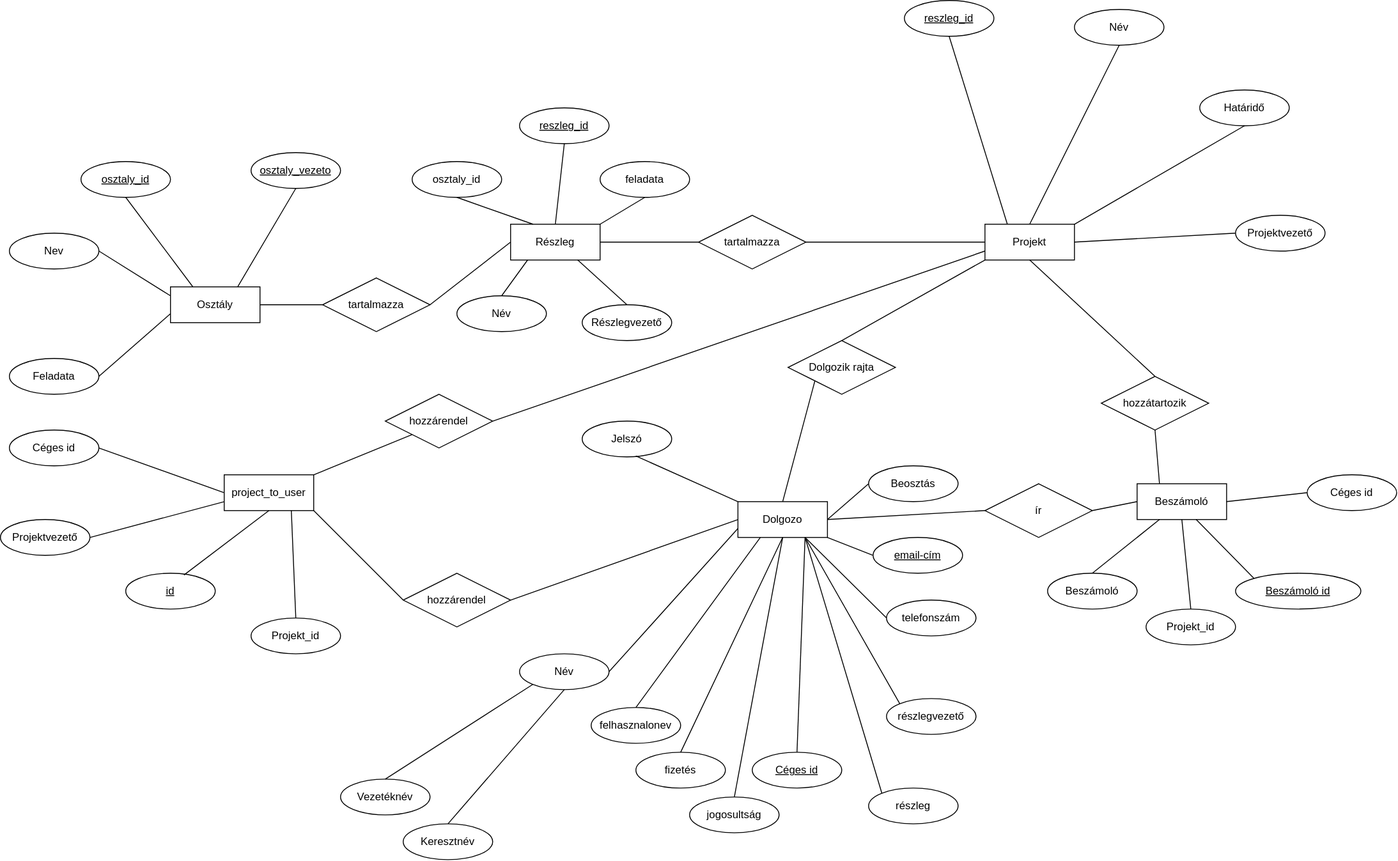
Above: adatb.drawio.svg in Alfonz33/adatbazis-projektmunka (draw.io), before the change. Source tidied: cells renumbered, new cells last; positions are measured from the earlier drawing's top-left corner, leaving out a move shared by most shapes.
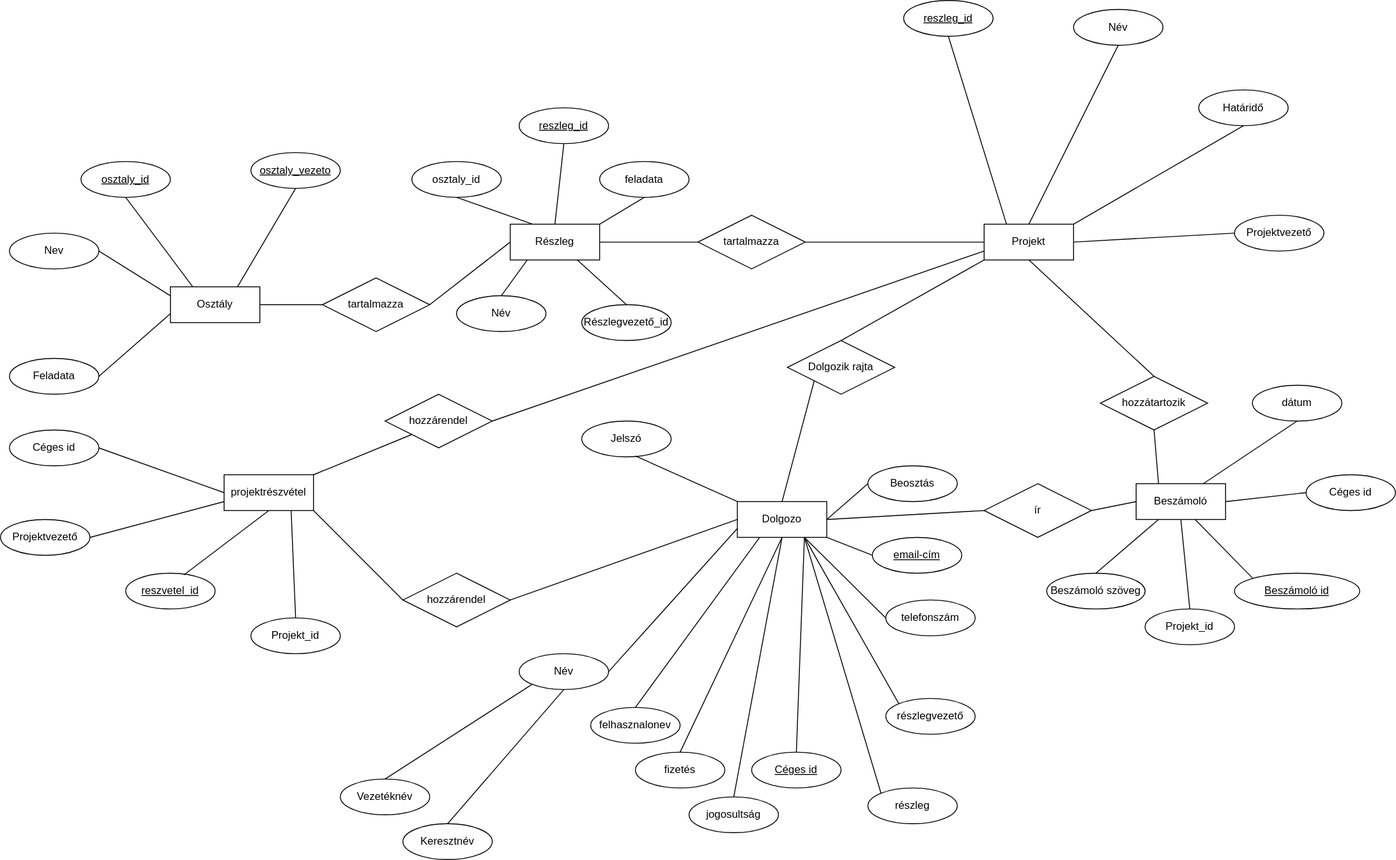
After the change.

What changed in the source:
```diff
@@ -44,7 +44,7 @@
     <mxCell id="15" value="hozzárendel" style="shape=rhombus;perimeter=rhombusPerimeter;whiteSpace=wrap;html=1;align=center;" parent="1" vertex="1">
       <mxGeometry x="450" y="640" width="120" height="60" as="geometry" />
     </mxCell>
-    <mxCell id="16" value="Részlegvezető" style="ellipse;whiteSpace=wrap;html=1;align=center;" parent="1" vertex="1">
+    <mxCell id="16" value="Részlegvezető_id" style="ellipse;whiteSpace=wrap;html=1;align=center;" parent="1" vertex="1">
       <mxGeometry x="650" y="340" width="100" height="40" as="geometry" />
     </mxCell>
     <mxCell id="17" value="Határidő" style="ellipse;whiteSpace=wrap;html=1;align=center;" parent="1" vertex="1">
@@ -164,8 +164,8 @@
     <mxCell id="55" style="endArrow=none;html=1;rounded=0;exitX=0.25;exitY=1;exitDx=0;exitDy=0;entryX=0.5;entryY=0;entryDx=0;entryDy=0;" parent="1" edge="1" source="3" target="56">
       <mxGeometry relative="1" as="geometry" />
     </mxCell>
-    <mxCell id="56" value="Beszámoló" style="ellipse;whiteSpace=wrap;html=1;align=center;" parent="1" vertex="1">
-      <mxGeometry x="1170" y="640" width="100" height="40" as="geometry" />
+    <mxCell id="56" value="Beszámoló szöveg" style="ellipse;whiteSpace=wrap;html=1;align=center;" parent="1" vertex="1">
+      <mxGeometry x="1170" y="640" width="110" height="40" as="geometry" />
     </mxCell>
     <mxCell id="57" value="Projekt_id" style="ellipse;whiteSpace=wrap;html=1;align=center;" parent="1" vertex="1">
       <mxGeometry x="1280" y="680" width="100" height="40" as="geometry" />
@@ -194,7 +194,7 @@
     <mxCell id="65" style="endArrow=none;html=1;rounded=0;entryX=0;entryY=0.75;entryDx=0;entryDy=0;exitX=1;exitY=0.5;exitDx=0;exitDy=0;" parent="1" edge="1" source="64" target="8">
       <mxGeometry relative="1" as="geometry" />
     </mxCell>
-    <mxCell id="66" value="project_to_user" style="whiteSpace=wrap;html=1;align=center;" parent="1" vertex="1">
+    <mxCell id="66" value="projektrészvétel" style="whiteSpace=wrap;html=1;align=center;" parent="1" vertex="1">
       <mxGeometry x="250" y="530" width="100" height="40" as="geometry" />
     </mxCell>
     <mxCell id="67" style="endArrow=none;html=1;rounded=0;exitX=1;exitY=0;exitDx=0;exitDy=0;entryX=0;entryY=1;entryDx=0;entryDy=0;" parent="1" edge="1" source="66" target="64">
@@ -212,7 +212,7 @@
     <mxCell id="71" style="endArrow=none;html=1;rounded=0;entryX=0;entryY=0.75;entryDx=0;entryDy=0;exitX=1;exitY=0.5;exitDx=0;exitDy=0;" parent="1" edge="1" source="70" target="66">
       <mxGeometry relative="1" as="geometry" />
     </mxCell>
-    <mxCell id="72" value="id" style="ellipse;whiteSpace=wrap;html=1;align=center;fontStyle=4;" parent="1" vertex="1">
+    <mxCell id="72" value="reszvetel_&lt;span style=&quot;background-color: initial;&quot;&gt;id&lt;/span&gt;" style="ellipse;whiteSpace=wrap;html=1;align=center;fontStyle=4;" parent="1" vertex="1">
       <mxGeometry x="140" y="640" width="100" height="40" as="geometry" />
     </mxCell>
     <mxCell id="73" style="endArrow=none;html=1;rounded=0;exitX=0.65;exitY=0.05;exitDx=0;exitDy=0;exitPerimeter=0;entryX=0.5;entryY=1;entryDx=0;entryDy=0;" parent="1" edge="1" source="72" target="66">
@@ -293,5 +293,11 @@
     <mxCell id="98" style="endArrow=none;html=1;rounded=0;exitX=1;exitY=0.5;exitDx=0;exitDy=0;entryX=0;entryY=0.5;entryDx=0;entryDy=0;" parent="1" edge="1" source="2" target="58">
       <mxGeometry relative="1" as="geometry" />
     </mxCell>
+    <mxCell id="99" value="dátum" style="ellipse;whiteSpace=wrap;html=1;align=center;" parent="1" vertex="1">
+      <mxGeometry x="1400" y="430" width="100" height="40" as="geometry" />
+    </mxCell>
+    <mxCell id="100" style="endArrow=none;html=1;rounded=0;exitX=0.75;exitY=0;exitDx=0;exitDy=0;entryX=0.5;entryY=1;entryDx=0;entryDy=0;" parent="1" edge="1" source="3" target="99">
+      <mxGeometry relative="1" as="geometry" />
+    </mxCell>
   </root>
 </mxGraphModel>
```
